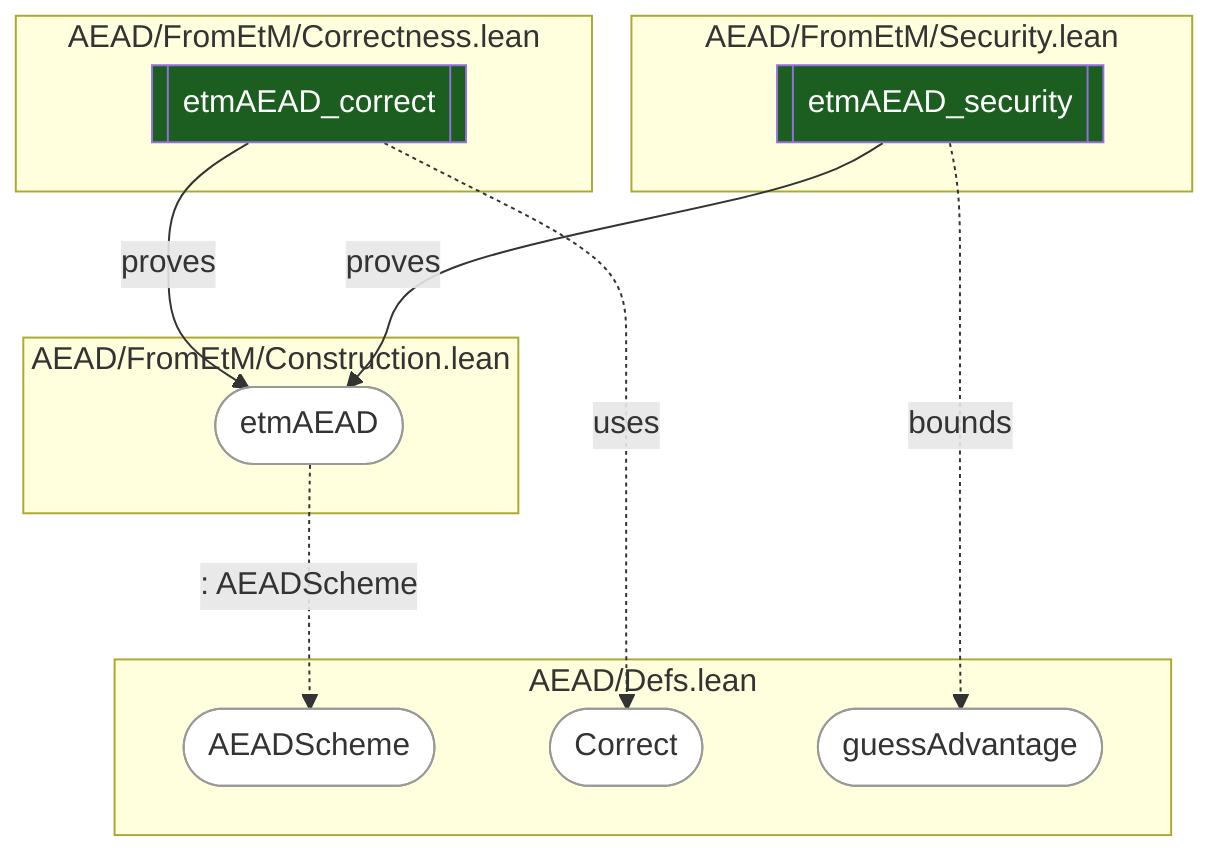
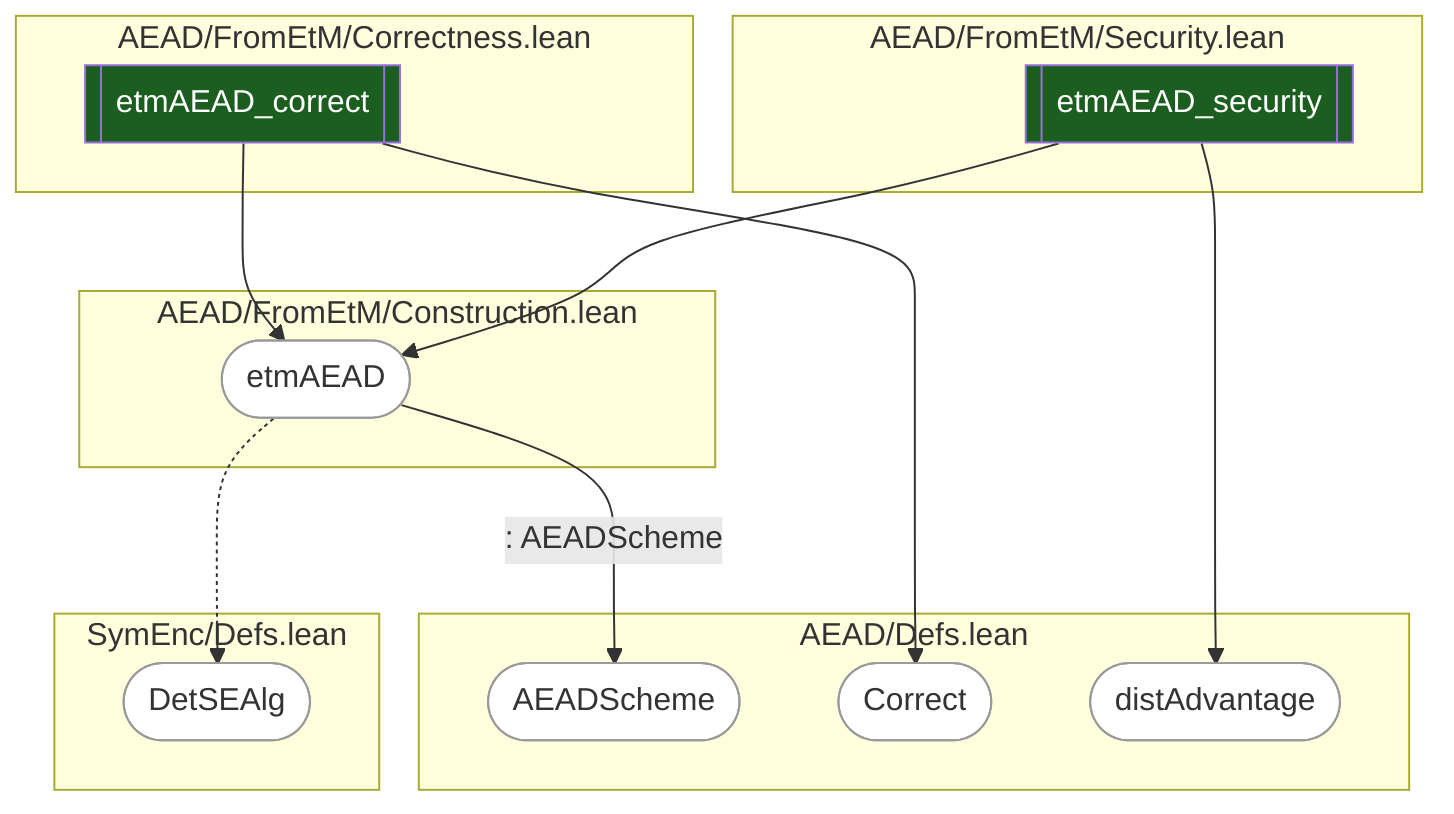
flowchart TD
+     subgraph corf ["AEAD/FromEtM/Correctness.lean"]
+         tcor[["etmAEAD_correct"]]:::darkGreen
+     end
+     subgraph secf ["AEAD/FromEtM/Security.lean"]
+         tsec[["etmAEAD_security"]]:::darkGreen
+     end
    subgraph con ["AEAD/FromEtM/Construction.lean"]
        etm(["etmAEAD"]):::white
    end
    subgraph defs ["AEAD/Defs.lean"]
        scheme(["AEADScheme"]):::white
        correct(["Correct"]):::white
-         adv(["guessAdvantage"]):::white
+         distadv(["distAdvantage"]):::white
    end
-     subgraph corf ["AEAD/FromEtM/Correctness.lean"]
-         tcor[["etmAEAD_correct"]]:::darkGreen
+     subgraph sym ["SymEnc/Defs.lean"]
+         detse(["DetSEAlg"]):::white
    end
-     subgraph secf ["AEAD/FromEtM/Security.lean"]
-         tsec[["etmAEAD_security"]]:::darkGreen
-     end
-     etm -.->|": AEADScheme"| scheme
-     tcor -->|proves| etm
-     tcor -.->|uses| correct
-     tsec -->|proves| etm
-     tsec -.->|bounds| adv
+     tcor --> etm
+     tcor --> correct
+     tsec --> etm
+     tsec --> distadv
+     etm -->|": AEADScheme"| scheme
+     etm -.-> detse
    classDef white fill:#fff,color:#333,stroke:#999
    classDef darkGreen fill:#1B5E20,color:#fff
